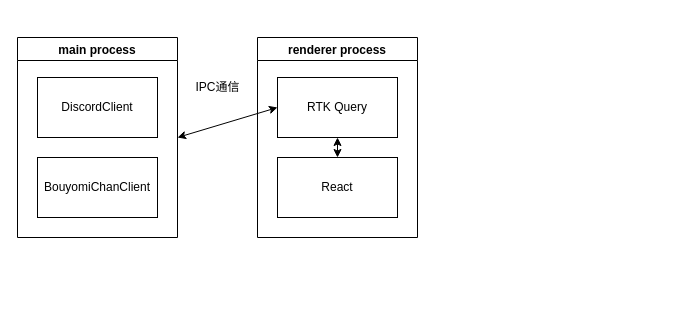
Earlier version of the draw.io diagram Untitled Diagram.drawio (sunagimo46/images). Source tidied: cells renumbered, new cells numbered last; positions are measured from the earlier drawing's top-left corner, leaving out a move shared by most shapes. Both pictures are drawn from the tidied source at 100%, with x=0, y=0 at pixel (17, 37).
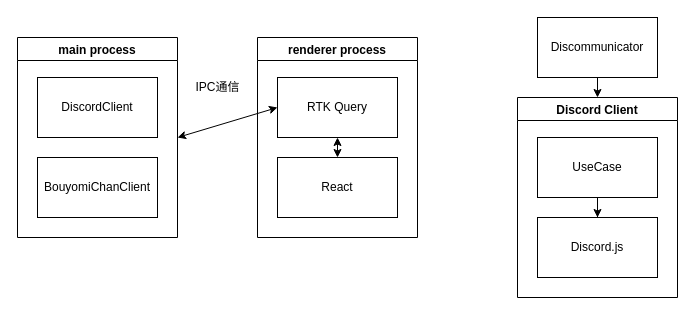
The same diagram, later.

The edit, as a diff of the source:
```diff
@@
 <mxGraphModel>
   <root>
     <mxCell id="0" />
     <mxCell id="1" parent="0" />
     <mxCell id="2" value="renderer process" style="swimlane;rounded=0;startSize=23;" parent="1" vertex="1">
       <mxGeometry x="240" width="160" height="200" as="geometry" />
     </mxCell>
     <mxCell id="3" value="RTK Query" style="rounded=0;whiteSpace=wrap;html=1;" parent="2" vertex="1">
       <mxGeometry x="20" y="40" width="120" height="60" as="geometry" />
     </mxCell>
     <mxCell id="4" value="React" style="rounded=0;whiteSpace=wrap;html=1;" parent="2" vertex="1">
       <mxGeometry x="20" y="120" width="120" height="60" as="geometry" />
     </mxCell>
     <mxCell id="5" style="endArrow=classic;startArrow=classic;html=1;exitX=0.5;exitY=1;exitDx=0;exitDy=0;entryX=0.5;entryY=0;entryDx=0;entryDy=0;" parent="2" edge="1" source="3" target="4">
       <mxGeometry relative="1" as="geometry" />
     </mxCell>
     <mxCell id="6" value="main process" style="swimlane;rounded=0;" parent="1" vertex="1">
       <mxGeometry width="160" height="200" as="geometry" />
     </mxCell>
     <mxCell id="7" value="DiscordClient" style="rounded=0;whiteSpace=wrap;html=1;" parent="6" vertex="1">
       <mxGeometry x="20" y="40" width="120" height="60" as="geometry" />
     </mxCell>
     <mxCell id="8" value="BouyomiChanClient" style="rounded=0;whiteSpace=wrap;html=1;" parent="6" vertex="1">
       <mxGeometry x="20" y="120" width="120" height="60" as="geometry" />
     </mxCell>
     <mxCell id="9" style="endArrow=classic;startArrow=classic;html=1;entryX=0;entryY=0.5;entryDx=0;entryDy=0;exitX=1;exitY=0.5;exitDx=0;exitDy=0;" parent="1" edge="1" source="6" target="3">
       <mxGeometry relative="1" as="geometry" />
     </mxCell>
     <mxCell id="10" value="IPC通信" style="text;html=1;align=center;verticalAlign=middle;strokeColor=none;" parent="1" vertex="1">
       <mxGeometry x="170" y="40" width="60" height="20" as="geometry" />
     </mxCell>
+    <mxCell id="11" value="Discord Client" style="swimlane;" parent="1" vertex="1">
+      <mxGeometry x="500" y="60" width="160" height="200" as="geometry" />
+    </mxCell>
+    <mxCell id="12" style="edgeStyle=orthogonalEdgeStyle;rounded=0;jettySize=auto;html=1;entryX=0.5;entryY=0;entryDx=0;entryDy=0;" parent="11" edge="1" source="13" target="14">
+      <mxGeometry relative="1" as="geometry" />
+    </mxCell>
+    <mxCell id="13" value="UseCase" style="rounded=0;whiteSpace=wrap;html=1;" parent="11" vertex="1">
+      <mxGeometry x="20" y="40" width="120" height="60" as="geometry" />
+    </mxCell>
+    <mxCell id="14" value="Discord.js" style="rounded=0;whiteSpace=wrap;html=1;" parent="11" vertex="1">
+      <mxGeometry x="20" y="120" width="120" height="60" as="geometry" />
+    </mxCell>
+    <mxCell id="15" style="edgeStyle=orthogonalEdgeStyle;rounded=0;jettySize=auto;html=1;" parent="1" edge="1" source="16">
+      <mxGeometry relative="1" as="geometry">
+        <mxPoint x="580" y="60" as="targetPoint" />
+      </mxGeometry>
+    </mxCell>
+    <mxCell id="16" value="Discommunicator" style="rounded=0;whiteSpace=wrap;html=1;" parent="1" vertex="1">
+      <mxGeometry x="520" y="-20" width="120" height="60" as="geometry" />
+    </mxCell>
   </root>
 </mxGraphModel>
```
